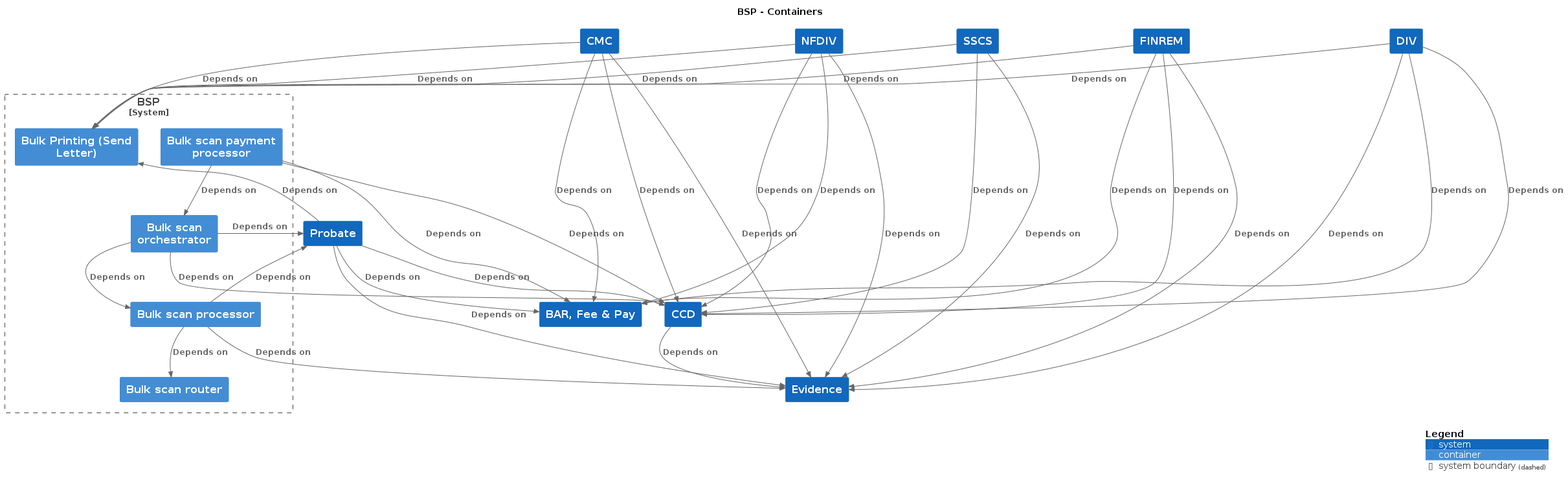
This is docs/c4/bsp/images/structurizr-bsp-overview.png from hmcts/cnp-api-docs, a PlantUML export, as it was before one commit.
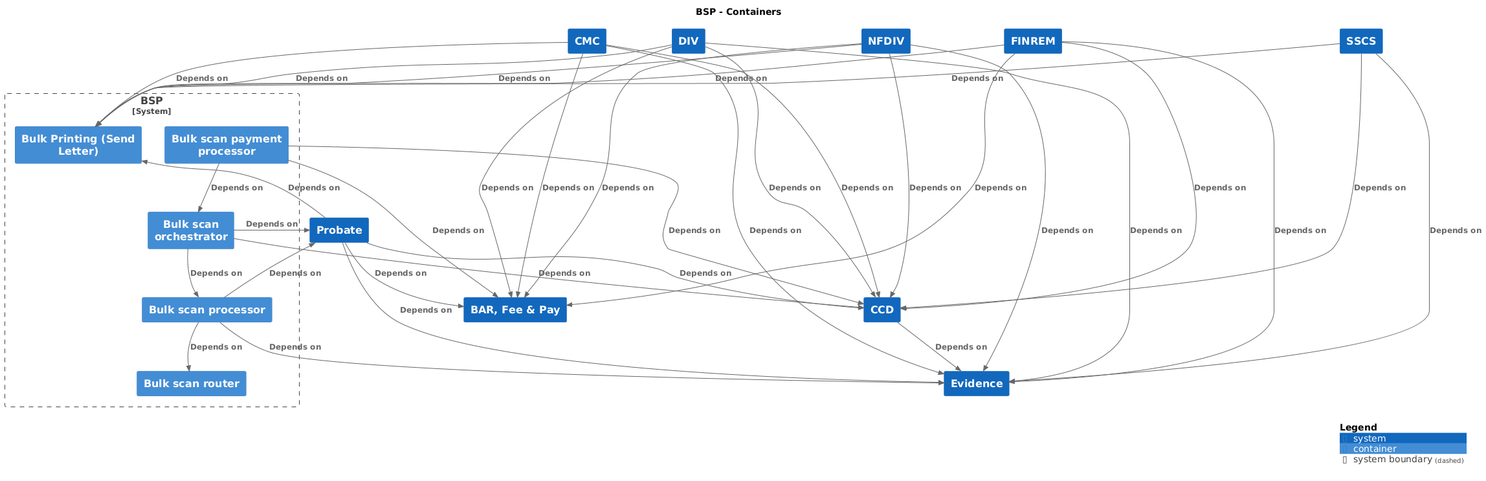
After the change.

Diff of the diagram source:
```diff
@@ -8,15 +8,15 @@
 !include <C4/C4_Context>
 !include <C4/C4_Container>
 
+System(BARFeePay, "BAR, Fee & Pay", $descr="", $tags="", $link="")
 System(CCD, "CCD", $descr="", $tags="", $link="")
-System(BARFeePay, "BAR, Fee & Pay", $descr="", $tags="", $link="")
+System(Evidence, "Evidence", $descr="", $tags="", $link="")
 System(CMC, "CMC", $descr="", $tags="", $link="")
-System(Evidence, "Evidence", $descr="", $tags="", $link="")
-System(NFDIV, "NFDIV", $descr="", $tags="", $link="")
-System(SSCS, "SSCS", $descr="", $tags="", $link="")
+System(DIV, "DIV", $descr="", $tags="", $link="")
 System(FINREM, "FINREM", $descr="", $tags="", $link="")
 System(Probate, "Probate", $descr="", $tags="", $link="")
-System(DIV, "DIV", $descr="", $tags="", $link="")
+System(SSCS, "SSCS", $descr="", $tags="", $link="")
+System(NFDIV, "NFDIV", $descr="", $tags="", $link="")
 
 System_Boundary("BSP_boundary", "BSP", $tags="") {
   Container(BSP.Bulkscanrouter, "Bulk scan router", $techn="", $descr="", $tags="", $link="")
@@ -26,39 +26,39 @@
   Container(BSP.BulkPrintingSendLetter, "Bulk Printing (Send Letter)", $techn="", $descr="", $tags="", $link="")
 }
 
-Rel_D(CCD, Evidence, "Depends on", $techn="", $tags="", $link="")
-Rel_D(BSP.Bulkscanprocessor, BSP.Bulkscanrouter, "Depends on", $techn="", $tags="", $link="")
-Rel_D(BSP.Bulkscanprocessor, Evidence, "Depends on", $techn="", $tags="", $link="")
-Rel_D(BSP.Bulkscanprocessor, Probate, "Depends on", $techn="", $tags="", $link="")
-Rel_D(BSP.Bulkscanorchestrator, BSP.Bulkscanprocessor, "Depends on", $techn="", $tags="", $link="")
-Rel_D(BSP.Bulkscanorchestrator, CCD, "Depends on", $techn="", $tags="", $link="")
-Rel_D(BSP.Bulkscanorchestrator, Probate, "Depends on", $techn="", $tags="", $link="")
-Rel_D(BSP.Bulkscanpaymentprocessor, BSP.Bulkscanorchestrator, "Depends on", $techn="", $tags="", $link="")
-Rel_D(BSP.Bulkscanpaymentprocessor, CCD, "Depends on", $techn="", $tags="", $link="")
-Rel_D(BSP.Bulkscanpaymentprocessor, BARFeePay, "Depends on", $techn="", $tags="", $link="")
-Rel_D(CMC, BARFeePay, "Depends on", $techn="", $tags="", $link="")
-Rel_D(CMC, CCD, "Depends on", $techn="", $tags="", $link="")
-Rel_D(CMC, Evidence, "Depends on", $techn="", $tags="", $link="")
-Rel_D(CMC, BSP.BulkPrintingSendLetter, "Depends on", $techn="", $tags="", $link="")
-Rel_D(DIV, Evidence, "Depends on", $techn="", $tags="", $link="")
-Rel_D(DIV, BARFeePay, "Depends on", $techn="", $tags="", $link="")
-Rel_D(DIV, CCD, "Depends on", $techn="", $tags="", $link="")
-Rel_D(DIV, BSP.BulkPrintingSendLetter, "Depends on", $techn="", $tags="", $link="")
-Rel_D(FINREM, BARFeePay, "Depends on", $techn="", $tags="", $link="")
-Rel_D(FINREM, CCD, "Depends on", $techn="", $tags="", $link="")
-Rel_D(FINREM, BSP.BulkPrintingSendLetter, "Depends on", $techn="", $tags="", $link="")
-Rel_D(FINREM, Evidence, "Depends on", $techn="", $tags="", $link="")
-Rel_D(Probate, CCD, "Depends on", $techn="", $tags="", $link="")
-Rel_D(Probate, BARFeePay, "Depends on", $techn="", $tags="", $link="")
-Rel_D(Probate, Evidence, "Depends on", $techn="", $tags="", $link="")
-Rel_D(Probate, BSP.BulkPrintingSendLetter, "Depends on", $techn="", $tags="", $link="")
-Rel_D(SSCS, CCD, "Depends on", $techn="", $tags="", $link="")
-Rel_D(SSCS, Evidence, "Depends on", $techn="", $tags="", $link="")
-Rel_D(SSCS, BSP.BulkPrintingSendLetter, "Depends on", $techn="", $tags="", $link="")
-Rel_D(NFDIV, CCD, "Depends on", $techn="", $tags="", $link="")
-Rel_D(NFDIV, BARFeePay, "Depends on", $techn="", $tags="", $link="")
-Rel_D(NFDIV, Evidence, "Depends on", $techn="", $tags="", $link="")
-Rel_D(NFDIV, BSP.BulkPrintingSendLetter, "Depends on", $techn="", $tags="", $link="")
+Rel(CCD, Evidence, "Depends on", $techn="", $tags="", $link="")
+Rel(BSP.Bulkscanprocessor, BSP.Bulkscanrouter, "Depends on", $techn="", $tags="", $link="")
+Rel(BSP.Bulkscanprocessor, Evidence, "Depends on", $techn="", $tags="", $link="")
+Rel(BSP.Bulkscanprocessor, Probate, "Depends on", $techn="", $tags="", $link="")
+Rel(BSP.Bulkscanorchestrator, BSP.Bulkscanprocessor, "Depends on", $techn="", $tags="", $link="")
+Rel(BSP.Bulkscanorchestrator, CCD, "Depends on", $techn="", $tags="", $link="")
+Rel(BSP.Bulkscanorchestrator, Probate, "Depends on", $techn="", $tags="", $link="")
+Rel(BSP.Bulkscanpaymentprocessor, BSP.Bulkscanorchestrator, "Depends on", $techn="", $tags="", $link="")
+Rel(BSP.Bulkscanpaymentprocessor, CCD, "Depends on", $techn="", $tags="", $link="")
+Rel(BSP.Bulkscanpaymentprocessor, BARFeePay, "Depends on", $techn="", $tags="", $link="")
+Rel(CMC, BARFeePay, "Depends on", $techn="", $tags="", $link="")
+Rel(CMC, CCD, "Depends on", $techn="", $tags="", $link="")
+Rel(CMC, Evidence, "Depends on", $techn="", $tags="", $link="")
+Rel(CMC, BSP.BulkPrintingSendLetter, "Depends on", $techn="", $tags="", $link="")
+Rel(DIV, Evidence, "Depends on", $techn="", $tags="", $link="")
+Rel(DIV, BARFeePay, "Depends on", $techn="", $tags="", $link="")
+Rel(DIV, CCD, "Depends on", $techn="", $tags="", $link="")
+Rel(DIV, BSP.BulkPrintingSendLetter, "Depends on", $techn="", $tags="", $link="")
+Rel(FINREM, BARFeePay, "Depends on", $techn="", $tags="", $link="")
+Rel(FINREM, CCD, "Depends on", $techn="", $tags="", $link="")
+Rel(FINREM, BSP.BulkPrintingSendLetter, "Depends on", $techn="", $tags="", $link="")
+Rel(FINREM, Evidence, "Depends on", $techn="", $tags="", $link="")
+Rel(Probate, CCD, "Depends on", $techn="", $tags="", $link="")
+Rel(Probate, BARFeePay, "Depends on", $techn="", $tags="", $link="")
+Rel(Probate, Evidence, "Depends on", $techn="", $tags="", $link="")
+Rel(Probate, BSP.BulkPrintingSendLetter, "Depends on", $techn="", $tags="", $link="")
+Rel(SSCS, CCD, "Depends on", $techn="", $tags="", $link="")
+Rel(SSCS, Evidence, "Depends on", $techn="", $tags="", $link="")
+Rel(SSCS, BSP.BulkPrintingSendLetter, "Depends on", $techn="", $tags="", $link="")
+Rel(NFDIV, CCD, "Depends on", $techn="", $tags="", $link="")
+Rel(NFDIV, BARFeePay, "Depends on", $techn="", $tags="", $link="")
+Rel(NFDIV, Evidence, "Depends on", $techn="", $tags="", $link="")
+Rel(NFDIV, BSP.BulkPrintingSendLetter, "Depends on", $techn="", $tags="", $link="")
 
 SHOW_DYNAMIC_LEGEND()
 @enduml
```
